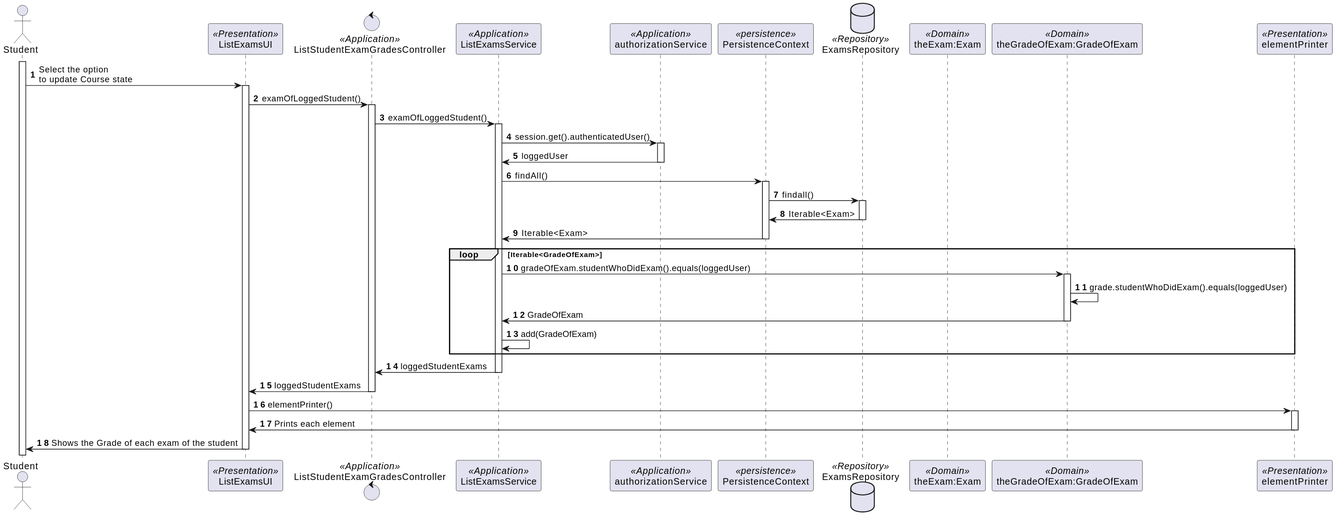
Before: docs/SPRINT C/US2005 - Student List of Grades/US2005-SD.svg, a diagram exported from PlantUML (mascenso/isep-sem4-lapr4). Source of this version:
```plantuml
@startuml

autonumber

actor Student as Actor
activate Actor
participant ListExamsUI as UI <<Presentation>>
control ListStudentExamGradesController as Controller <<Application>>
participant ListExamsService as Service <<Application>>
participant authorizationService as AuthService <<Application>>
participant PersistenceContext as Persistence <<persistence>>
database ExamsRepository as Repository <<Repository>>
participant "theExam:Exam" as Exam <<Domain>>
participant "theGradeOfExam:GradeOfExam" as GradeOfExam <<Domain>>
participant elementPrinter as Printer <<Presentation>>

Actor -> UI: Select the option \nto update Course state
activate UI
UI -> Controller: examOfLoggedStudent()
activate Controller
Controller -> Service: examOfLoggedStudent()
activate Service
Service -> AuthService: session.get().authenticatedUser()
activate AuthService
AuthService -> Service: loggedUser
deactivate AuthService
Service -> Persistence: findAll()
activate Persistence
Persistence -> Repository: findall()
activate Repository
Repository -> Persistence: Iterable<Exam>
deactivate Repository
Persistence -> Service: Iterable<Exam>
deactivate Persistence
    loop Iterable<GradeOfExam>
        Service -> GradeOfExam: gradeOfExam.studentWhoDidExam().equals(loggedUser)
        activate GradeOfExam
        GradeOfExam -> GradeOfExam: grade.studentWhoDidExam().equals(loggedUser)
        GradeOfExam -> Service: GradeOfExam
        deactivate GradeOfExam
        Service -> Service: add(GradeOfExam)
    end
Service -> Controller: loggedStudentExams
deactivate Service
Controller -> UI: loggedStudentExams
deactivate Controller
UI -> Printer: elementPrinter()
activate Printer
Printer -> UI: Prints each element
deactivate Printer
UI -> Actor: Shows the Grade of each exam of the student
deactivate UI
@enduml
```
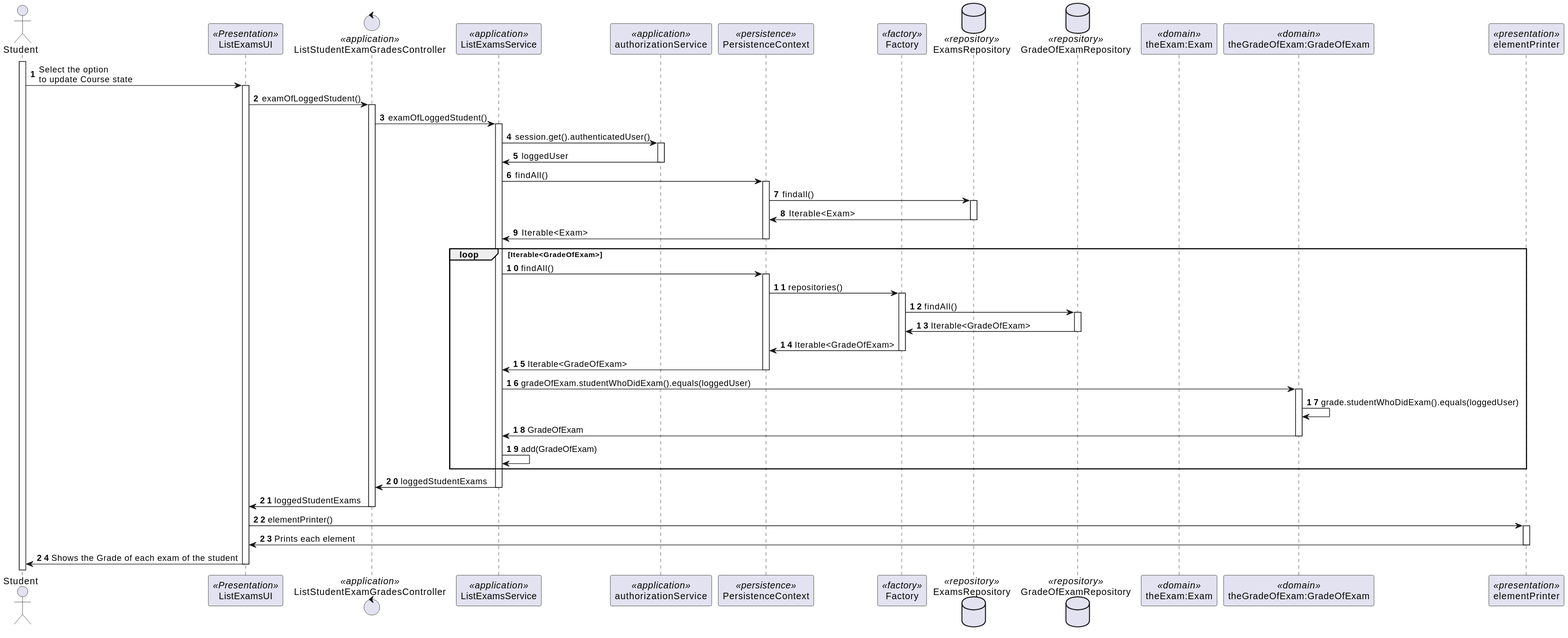
After the change.

What changed in the source:
```diff
@@ -5,14 +5,16 @@
 actor Student as Actor
 activate Actor
 participant ListExamsUI as UI <<Presentation>>
-control ListStudentExamGradesController as Controller <<Application>>
-participant ListExamsService as Service <<Application>>
-participant authorizationService as AuthService <<Application>>
+control ListStudentExamGradesController as Controller <<application>>
+participant ListExamsService as Service <<application>>
+participant authorizationService as AuthService <<application>>
 participant PersistenceContext as Persistence <<persistence>>
-database ExamsRepository as Repository <<Repository>>
-participant "theExam:Exam" as Exam <<Domain>>
-participant "theGradeOfExam:GradeOfExam" as GradeOfExam <<Domain>>
-participant elementPrinter as Printer <<Presentation>>
+participant Factory as Factory <<factory>>
+database ExamsRepository as Repository <<repository>>
+database GradeOfExamRepository as gradeOfExamRepository <<repository>>
+participant "theExam:Exam" as Exam <<domain>>
+participant "theGradeOfExam:GradeOfExam" as GradeOfExam <<domain>>
+participant elementPrinter as Printer <<presentation>>
 
 Actor -> UI: Select the option \nto update Course state
 activate UI
@@ -33,6 +35,18 @@
 Persistence -> Service: Iterable<Exam>
 deactivate Persistence
     loop Iterable<GradeOfExam>
+        Service -> Persistence: findAll()
+        activate Persistence
+        Persistence -> Factory: repositories()
+        activate Factory
+        Factory -> gradeOfExamRepository: findAll()
+        activate gradeOfExamRepository
+        gradeOfExamRepository -> Factory: Iterable<GradeOfExam>
+        deactivate gradeOfExamRepository
+        Factory -> Persistence: Iterable<GradeOfExam>
+        deactivate Factory
+        Persistence -> Service: Iterable<GradeOfExam>
+        deactivate Persistence
         Service -> GradeOfExam: gradeOfExam.studentWhoDidExam().equals(loggedUser)
         activate GradeOfExam
         GradeOfExam -> GradeOfExam: grade.studentWhoDidExam().equals(loggedUser)
```
